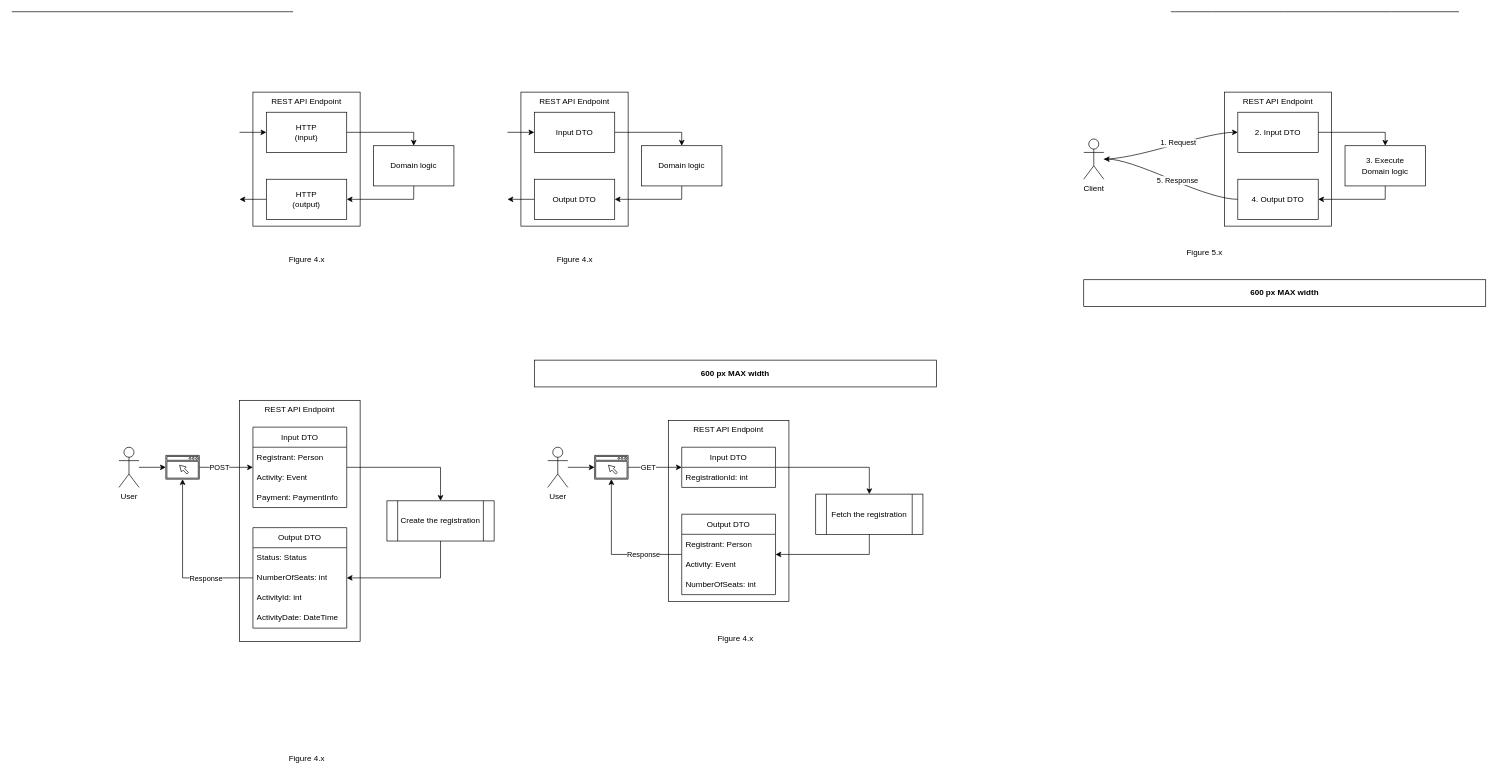
This is page "DTO" (1 of 6) of Diagrams/MVC, View Model, Web API, and DTO.drawio from PacktPublishing/Architecting-ASP.NET-Core-Applications-3E, a draw.io file, before an edit. Source tidied: cells renumbered, new cells numbered last; positions are measured from the earlier drawing's top-left corner, leaving out a move shared by most shapes. Both pictures are drawn from the tidied source at 67%, with x=0, y=0 at pixel (11, 11).
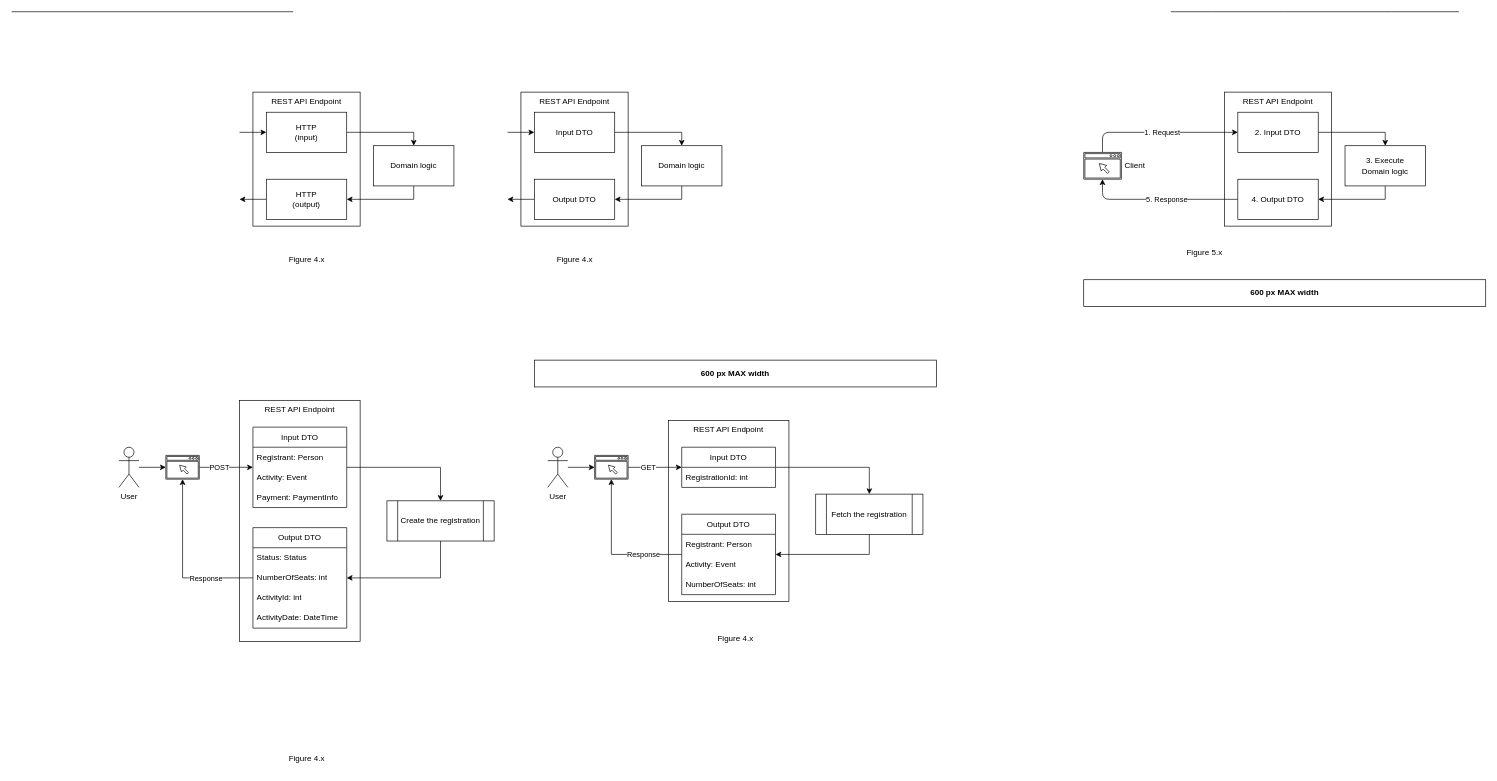
The same diagram, later.

Commit message (it also covers changes not shown here):
Improve DTO diagrams

Unchanged cells that the change refers to:
```xml
<mxCell id="63" value="2.&amp;nbsp;Input DTO" style="rounded=0;whiteSpace=wrap;html=1;" parent="1" vertex="1">
  <mxGeometry x="1830" y="150" width="120" height="60" as="geometry" />
</mxCell>
<mxCell id="66" value="4.&amp;nbsp;Output DTO" style="rounded=0;whiteSpace=wrap;html=1;" parent="1" vertex="1">
  <mxGeometry x="1830" y="250" width="120" height="60" as="geometry" />
</mxCell>
```

The edit, as a diff of the source:
```diff
@@
-    <mxCell id="64" style="edgeStyle=entityRelationEdgeStyle;jettySize=auto;html=1;startArrow=none;startFill=0;endArrow=classic;endFill=1;curved=1;" parent="1" edge="1" source="66" target="73">
+    <mxCell id="64" style="edgeStyle=orthogonalEdgeStyle;jettySize=auto;html=1;startArrow=none;startFill=0;endArrow=classic;endFill=1;entryX=0.5;entryY=1;entryDx=0;entryDy=0;rounded=1;" parent="1" edge="1" source="66" target="75">
       <mxGeometry relative="1" as="geometry" />
     </mxCell>
     <mxCell id="65" value="5. Response" style="edgeLabel;html=1;align=center;verticalAlign=middle;" parent="64" vertex="1">
       <mxGeometry x="0.16" y="-1" relative="1" as="geometry">
-        <mxPoint x="25" y="9" as="offset" />
+        <mxPoint x="28" y="1" as="offset" />
       </mxGeometry>
     </mxCell>
@@
-    <mxCell id="71" style="edgeStyle=entityRelationEdgeStyle;html=1;entryX=0;entryY=0.5;entryDx=0;entryDy=0;curved=1;" parent="1" edge="1" source="73" target="63">
+    <mxCell id="71" style="edgeStyle=orthogonalEdgeStyle;html=1;entryX=0;entryY=0.5;entryDx=0;entryDy=0;exitX=0.5;exitY=0;exitDx=0;exitDy=0;rounded=1;" parent="1" edge="1" source="75" target="63">
       <mxGeometry relative="1" as="geometry" />
     </mxCell>
     <mxCell id="72" value="1. Request" style="edgeLabel;html=1;align=center;verticalAlign=middle;" parent="71" vertex="1">
       <mxGeometry x="0.43" y="1" relative="1" as="geometry">
-        <mxPoint x="-32" y="9" as="offset" />
+        <mxPoint x="-48" y="1" as="offset" />
       </mxGeometry>
     </mxCell>
+    <mxCell id="74" style="endArrow=none;html=1;curved=1;" parent="1" edge="1">
+      <mxGeometry relative="1" as="geometry">
+        <mxPoint x="1730" as="sourcePoint" />
+        <mxPoint x="2160" as="targetPoint" />
+      </mxGeometry>
+    </mxCell>
+    <mxCell id="75" style="rounded=0;whiteSpace=wrap;html=1;strokeColor=none;fillColor=default;" parent="1" vertex="1">
+      <mxGeometry x="1600" y="210" width="56" height="40" as="geometry" />
+    </mxCell>
-    <mxCell id="73" value="Client" style="shape=umlActor;verticalLabelPosition=bottom;verticalAlign=top;html=1;outlineConnect=0;" parent="1" vertex="1">
-      <mxGeometry x="1600" y="190" width="30" height="60" as="geometry" />
+    <mxCell id="73" value="&amp;nbsp;Client" style="sketch=0;shadow=0;dashed=0;html=1;strokeColor=default;fillColor=default;labelPosition=right;verticalLabelPosition=middle;verticalAlign=middle;align=left;outlineConnect=0;shape=mxgraph.vvd.web_browser;labelBackgroundColor=none;fontColor=default;gradientColor=none;" parent="1" vertex="1">
+      <mxGeometry x="1600" y="210" width="56.3" height="40" as="geometry" />
     </mxCell>
-    <mxCell id="74" style="endArrow=none;html=1;curved=1;" parent="1" edge="1">
-      <mxGeometry relative="1" as="geometry">
-        <mxPoint x="1730" as="sourcePoint" />
-        <mxPoint x="2160" as="targetPoint" />
-      </mxGeometry>
-    </mxCell>
```
